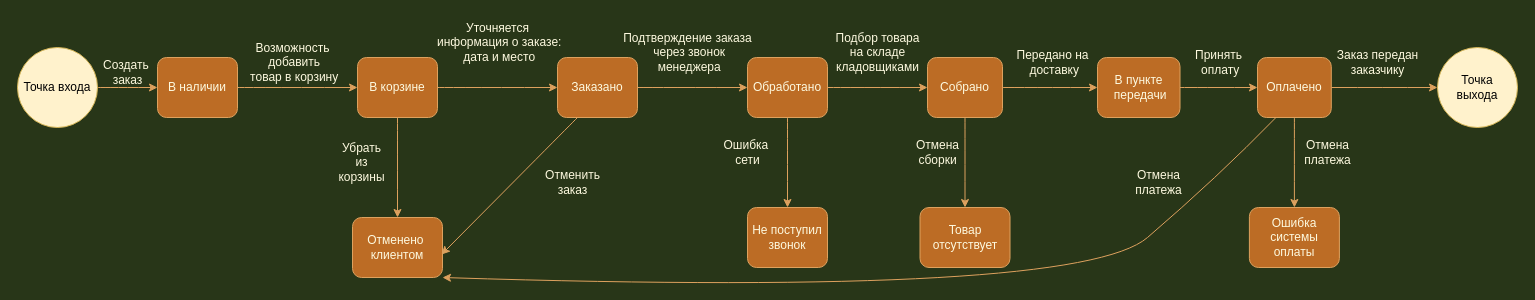
artemius-art/newdz keeps this draw.io diagram as Покупка товара.drawio. Above is the earlier version. Source tidied: cells renumbered, new cells numbered last; positions are measured from the earlier drawing's top-left corner, leaving out a move shared by most shapes. Both pictures are drawn from the tidied source at 100%, with x=0, y=0 at pixel (17, 17).
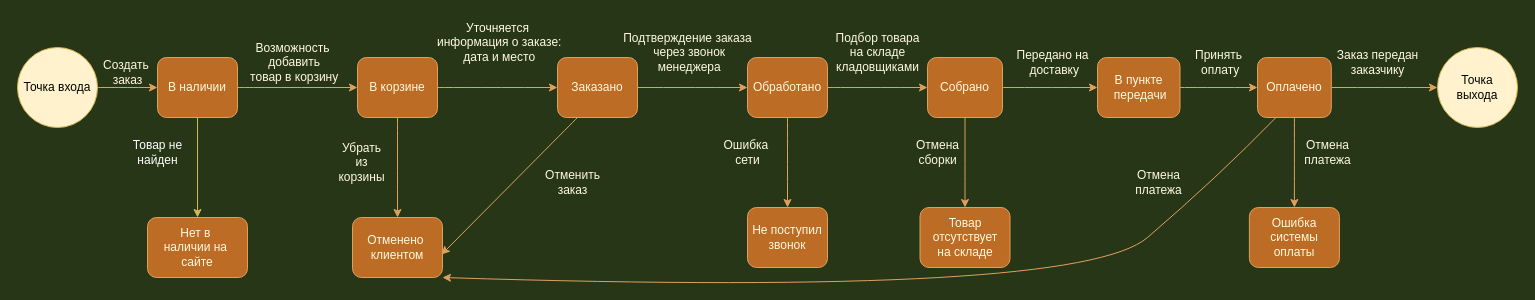
Above is the later version.

The change refers to these unchanged cells:
```xml
<mxCell id="5" value="В наличии" style="whiteSpace=wrap;html=1;fillColor=#BC6C25;strokeColor=#DDA15E;fontColor=#FEFAE0;rounded=1;" parent="1" vertex="1">
  <mxGeometry x="140" y="40" width="80" height="60" as="geometry" />
</mxCell>
```

Diff of the diagram source:
```diff
@@
+    <mxCell id="43" style="edgeStyle=orthogonalEdgeStyle;rounded=0;jettySize=auto;html=1;fillColor=#fff2cc;strokeColor=#d6b656;" parent="1" edge="1" source="5" target="44">
+      <mxGeometry relative="1" as="geometry" />
+    </mxCell>
@@
-    <mxCell id="37" value="Товар&lt;br&gt;отсутствует" style="whiteSpace=wrap;html=1;fillColor=#BC6C25;strokeColor=#DDA15E;fontColor=#FEFAE0;rounded=1;" parent="1" vertex="1">
+    <mxCell id="37" value="Товар&lt;br&gt;отсутствует&lt;br&gt;на складе" style="whiteSpace=wrap;html=1;fillColor=#BC6C25;strokeColor=#DDA15E;fontColor=#FEFAE0;rounded=1;" parent="1" vertex="1">
       <mxGeometry x="902.5" y="190" width="90" height="60" as="geometry" />
     </mxCell>
@@
+    <mxCell id="44" value="Нет в&amp;nbsp;&lt;br&gt;наличии на&amp;nbsp;&lt;br&gt;сайте" style="whiteSpace=wrap;html=1;rounded=1;fontColor=#FEFAE0;strokeColor=#DDA15E;fillColor=#BC6C25;" parent="1" vertex="1">
+      <mxGeometry x="130" y="200" width="100" height="60" as="geometry" />
+    </mxCell>
+    <mxCell id="45" value="&lt;font color=&quot;#ffffff&quot;&gt;Товар не&lt;br&gt;найден&lt;br&gt;&lt;/font&gt;" style="text;html=1;align=center;verticalAlign=middle;" parent="1" vertex="1">
+      <mxGeometry x="110" y="120" width="60" height="30" as="geometry" />
+    </mxCell>
```
